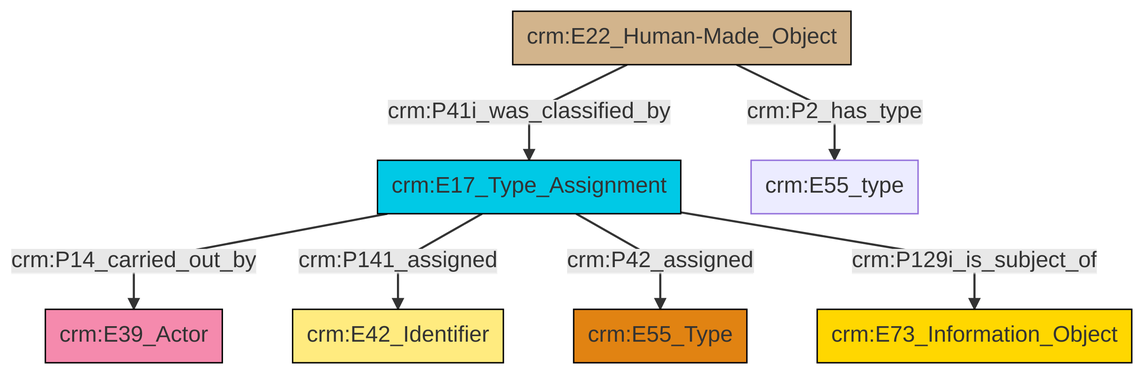
swiss-art-research-net/reference-data-models keeps this Mermaid diagram as et/builtWorkCSV/ttl/mmd/png/Built_Work_designation_status.png. Above is the earlier version. Its source is kept beside it as et/builtWorkCSV/ttl/mmd/Built_Work_designation_status.ttl.mmd. Source of this version:
```mermaid
graph TD
classDef Literal fill:#f2f2f2,stroke:#000000;
classDef CRM_Entity fill:#FFFFFF,stroke:#000000;
classDef Temporal_Entity fill:#00C9E6, stroke:#000000;
classDef Type fill:#E18312, stroke:#000000;
classDef Time-Span fill:#2C9C91, stroke:#000000;
classDef Appellation fill:#FFEB7F, stroke:#000000;
classDef Place fill:#008836, stroke:#000000;
classDef Persistent_Item fill:#B266B2, stroke:#000000;
classDef Conceptual_Object fill:#FFD700, stroke:#000000;
classDef Physical_Thing fill:#D2B48C, stroke:#000000;
classDef Actor fill:#f58aad, stroke:#000000;
classDef PC_Classes fill:#4ce600, stroke:#000000;
classDef Multi fill:#cccccc,stroke:#000000;

0["crm:E17_Type_Assignment"]:::Temporal_Entity -->|crm:P14_carried_out_by| 1["crm:E39_Actor"]:::Actor
0["crm:E17_Type_Assignment"]:::Temporal_Entity -->|crm:P141_assigned| 5["crm:E42_Identifier"]:::Appellation
11["crm:E22_Human-Made_Object"]:::Physical_Thing -->|crm:P2_has_type| 3["crm:E55_type"]:::Default
0["crm:E17_Type_Assignment"]:::Temporal_Entity -->|crm:P42_assigned| 7["crm:E55_Type"]:::Type
11["crm:E22_Human-Made_Object"]:::Physical_Thing -->|crm:P41i_was_classified_by| 0["crm:E17_Type_Assignment"]:::Temporal_Entity
0["crm:E17_Type_Assignment"]:::Temporal_Entity -->|crm:P129i_is_subject_of| 9["crm:E73_Information_Object"]:::Conceptual_Object
```
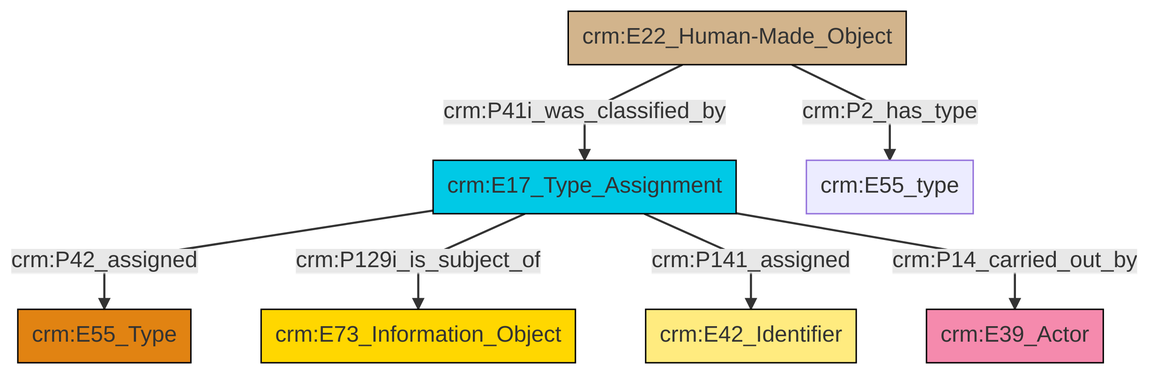
Above is the later version.

What changed in the source:
```diff
@@ -13,9 +13,9 @@
 classDef PC_Classes fill:#4ce600, stroke:#000000;
 classDef Multi fill:#cccccc,stroke:#000000;
 
-0["crm:E17_Type_Assignment"]:::Temporal_Entity -->|crm:P14_carried_out_by| 1["crm:E39_Actor"]:::Actor
-0["crm:E17_Type_Assignment"]:::Temporal_Entity -->|crm:P141_assigned| 5["crm:E42_Identifier"]:::Appellation
-11["crm:E22_Human-Made_Object"]:::Physical_Thing -->|crm:P2_has_type| 3["crm:E55_type"]:::Default
-0["crm:E17_Type_Assignment"]:::Temporal_Entity -->|crm:P42_assigned| 7["crm:E55_Type"]:::Type
-11["crm:E22_Human-Made_Object"]:::Physical_Thing -->|crm:P41i_was_classified_by| 0["crm:E17_Type_Assignment"]:::Temporal_Entity
-0["crm:E17_Type_Assignment"]:::Temporal_Entity -->|crm:P129i_is_subject_of| 9["crm:E73_Information_Object"]:::Conceptual_Object
+2["crm:E17_Type_Assignment"]:::Temporal_Entity -->|crm:P42_assigned| 0["crm:E55_Type"]:::Type
+2["crm:E17_Type_Assignment"]:::Temporal_Entity -->|crm:P129i_is_subject_of| 5["crm:E73_Information_Object"]:::Conceptual_Object
+2["crm:E17_Type_Assignment"]:::Temporal_Entity -->|crm:P141_assigned| 3["crm:E42_Identifier"]:::Appellation
+10["crm:E22_Human-Made_Object"]:::Physical_Thing -->|crm:P41i_was_classified_by| 2["crm:E17_Type_Assignment"]:::Temporal_Entity
+2["crm:E17_Type_Assignment"]:::Temporal_Entity -->|crm:P14_carried_out_by| 8["crm:E39_Actor"]:::Actor
+10["crm:E22_Human-Made_Object"]:::Physical_Thing -->|crm:P2_has_type| 6["crm:E55_type"]:::Default
```
